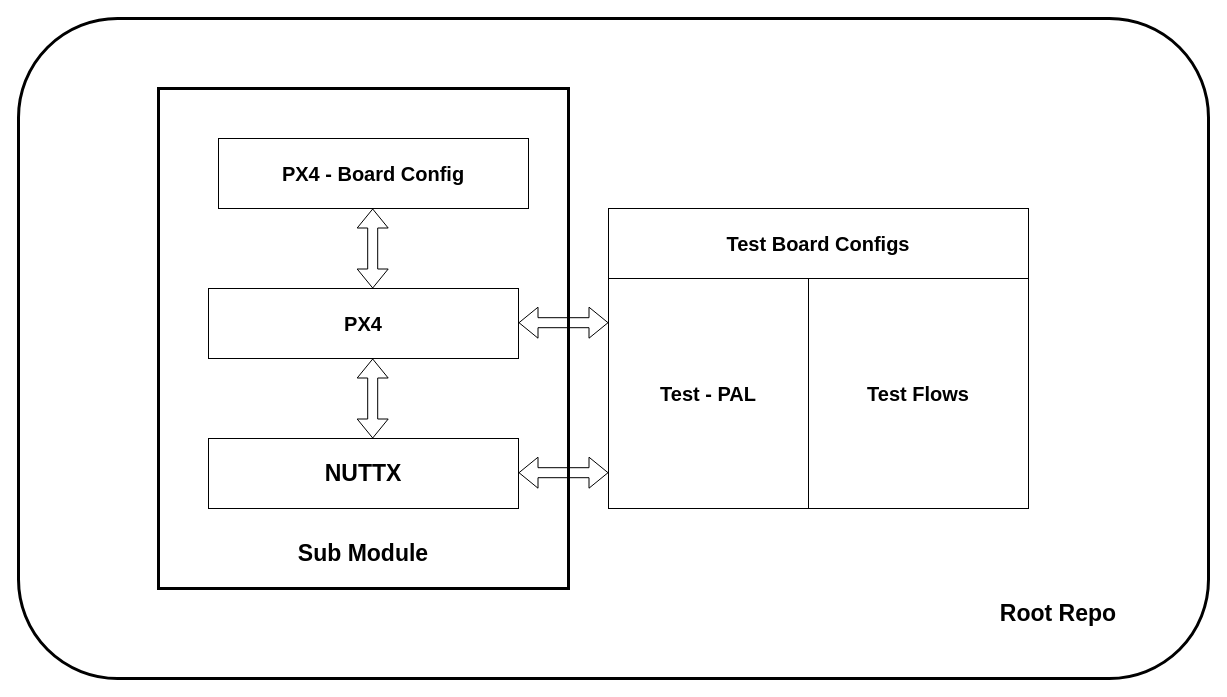
The draw.io diagram page "Sub Module" (1 of 2) of DRW_WF.drawio in g-rahul/ST-SRC-Autopilot, before the edit. Source tidied: cells renumbered, new cells numbered last; positions are measured from the earlier drawing's top-left corner, leaving out a move shared by most shapes. Both pictures are drawn from the tidied source at 100%, with x=0, y=0 at pixel (18, 18).
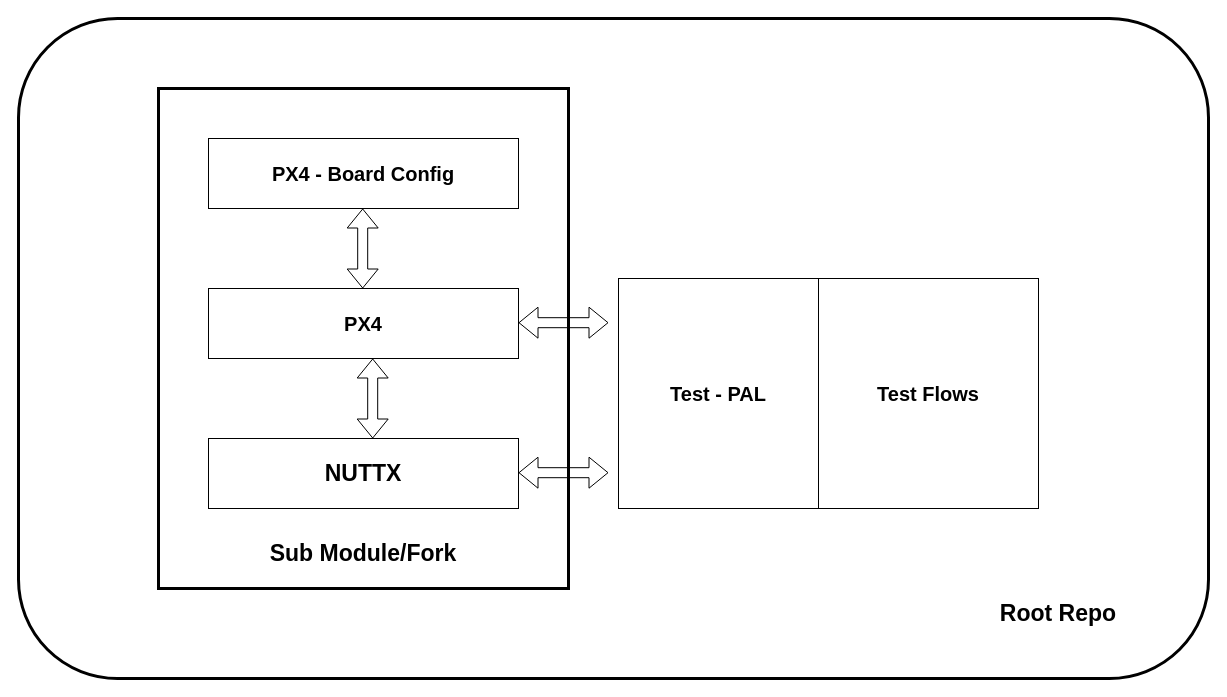
Above is the later version.

Change to the diagram source:
```diff
@@
 <mxGraphModel>
   <root>
     <mxCell id="0" />
     <mxCell id="1" parent="0" />
     <mxCell id="2" style="rounded=1;whiteSpace=wrap;html=1;strokeWidth=3;fillColor=none;" parent="1" vertex="1">
       <mxGeometry width="1190" height="660" as="geometry" />
     </mxCell>
     <mxCell id="3" style="rounded=0;whiteSpace=wrap;html=1;strokeWidth=3;fillColor=none;" parent="1" vertex="1">
       <mxGeometry x="140" y="70" width="410" height="500" as="geometry" />
     </mxCell>
     <mxCell id="4" value="&lt;font size=&quot;1&quot; style=&quot;&quot;&gt;&lt;b style=&quot;font-size: 23px;&quot;&gt;NUTTX&lt;/b&gt;&lt;/font&gt;" style="rounded=0;whiteSpace=wrap;html=1;" parent="1" vertex="1">
       <mxGeometry x="190" y="420" width="310" height="70" as="geometry" />
     </mxCell>
     <mxCell id="5" value="&lt;font style=&quot;font-size: 20px;&quot;&gt;&lt;b&gt;PX4&lt;/b&gt;&lt;/font&gt;" style="rounded=0;whiteSpace=wrap;html=1;" parent="1" vertex="1">
       <mxGeometry x="190" y="270" width="310" height="70" as="geometry" />
     </mxCell>
     <mxCell id="6" value="&lt;font style=&quot;font-size: 20px;&quot;&gt;&lt;b&gt;Test Flows&lt;/b&gt;&lt;/font&gt;" style="rounded=0;whiteSpace=wrap;html=1;" parent="1" vertex="1">
-      <mxGeometry x="790" y="260" width="220" height="230" as="geometry" />
+      <mxGeometry x="800" y="260" width="220" height="230" as="geometry" />
     </mxCell>
     <mxCell id="7" value="&lt;span style=&quot;font-size: 20px;&quot;&gt;&lt;b&gt;Test - PAL&lt;/b&gt;&lt;/span&gt;" style="rounded=0;whiteSpace=wrap;html=1;" parent="1" vertex="1">
-      <mxGeometry x="590" y="260" width="200" height="230" as="geometry" />
+      <mxGeometry x="600" y="260" width="200" height="230" as="geometry" />
     </mxCell>
     <mxCell id="8" style="shape=flexArrow;endArrow=classic;startArrow=classic;html=1;rounded=0;" parent="1" edge="1">
       <mxGeometry relative="1" as="geometry">
         <mxPoint x="354.2" y="420" as="sourcePoint" />
         <mxPoint x="354.2" y="340" as="targetPoint" />
       </mxGeometry>
     </mxCell>
     <mxCell id="9" value="&lt;font style=&quot;font-size: 20px;&quot;&gt;&lt;b&gt;PX4 - Board Config&lt;/b&gt;&lt;/font&gt;" style="rounded=0;whiteSpace=wrap;html=1;" parent="1" vertex="1">
-      <mxGeometry x="200" y="120" width="310" height="70" as="geometry" />
+      <mxGeometry x="190" y="120" width="310" height="70" as="geometry" />
     </mxCell>
     <mxCell id="10" style="shape=flexArrow;endArrow=classic;startArrow=classic;html=1;rounded=0;" parent="1" edge="1">
       <mxGeometry relative="1" as="geometry">
-        <mxPoint x="354.2" y="270" as="sourcePoint" />
-        <mxPoint x="354.2" y="190" as="targetPoint" />
+        <mxPoint x="344.2" y="270" as="sourcePoint" />
+        <mxPoint x="344.2" y="190" as="targetPoint" />
       </mxGeometry>
     </mxCell>
     <mxCell id="11" style="shape=flexArrow;endArrow=classic;startArrow=classic;html=1;rounded=0;" parent="1" edge="1">
       <mxGeometry relative="1" as="geometry">
         <mxPoint x="590" y="454.2" as="sourcePoint" />
         <mxPoint x="500" y="454.2" as="targetPoint" />
       </mxGeometry>
     </mxCell>
     <mxCell id="12" style="shape=flexArrow;endArrow=classic;startArrow=classic;html=1;rounded=0;" parent="1" edge="1">
       <mxGeometry relative="1" as="geometry">
         <mxPoint x="590" y="304.2" as="sourcePoint" />
         <mxPoint x="500" y="304.2" as="targetPoint" />
       </mxGeometry>
     </mxCell>
-    <mxCell id="13" value="&lt;span style=&quot;font-size: 20px;&quot;&gt;&lt;b&gt;Test Board Configs&lt;/b&gt;&lt;/span&gt;" style="rounded=0;whiteSpace=wrap;html=1;" parent="1" vertex="1">
-      <mxGeometry x="590" y="190" width="420" height="70" as="geometry" />
-    </mxCell>
-    <mxCell id="14" value="&lt;font style=&quot;font-size: 23px;&quot;&gt;&lt;b&gt;Sub Module&lt;/b&gt;&lt;/font&gt;" style="text;html=1;strokeColor=none;fillColor=none;align=center;verticalAlign=middle;whiteSpace=wrap;rounded=0;" parent="1" vertex="1">
+    <mxCell id="14" value="&lt;font style=&quot;font-size: 23px;&quot;&gt;&lt;b&gt;Sub Module/Fork&lt;/b&gt;&lt;/font&gt;" style="text;html=1;strokeColor=none;fillColor=none;align=center;verticalAlign=middle;whiteSpace=wrap;rounded=0;" parent="1" vertex="1">
       <mxGeometry x="235" y="520" width="220" height="30" as="geometry" />
     </mxCell>
     <mxCell id="15" value="&lt;span style=&quot;font-size: 23px;&quot;&gt;&lt;b&gt;Root Repo&lt;/b&gt;&lt;/span&gt;" style="text;html=1;strokeColor=none;fillColor=none;align=center;verticalAlign=middle;whiteSpace=wrap;rounded=0;" parent="1" vertex="1">
       <mxGeometry x="930" y="580" width="220" height="30" as="geometry" />
     </mxCell>
   </root>
 </mxGraphModel>
```
